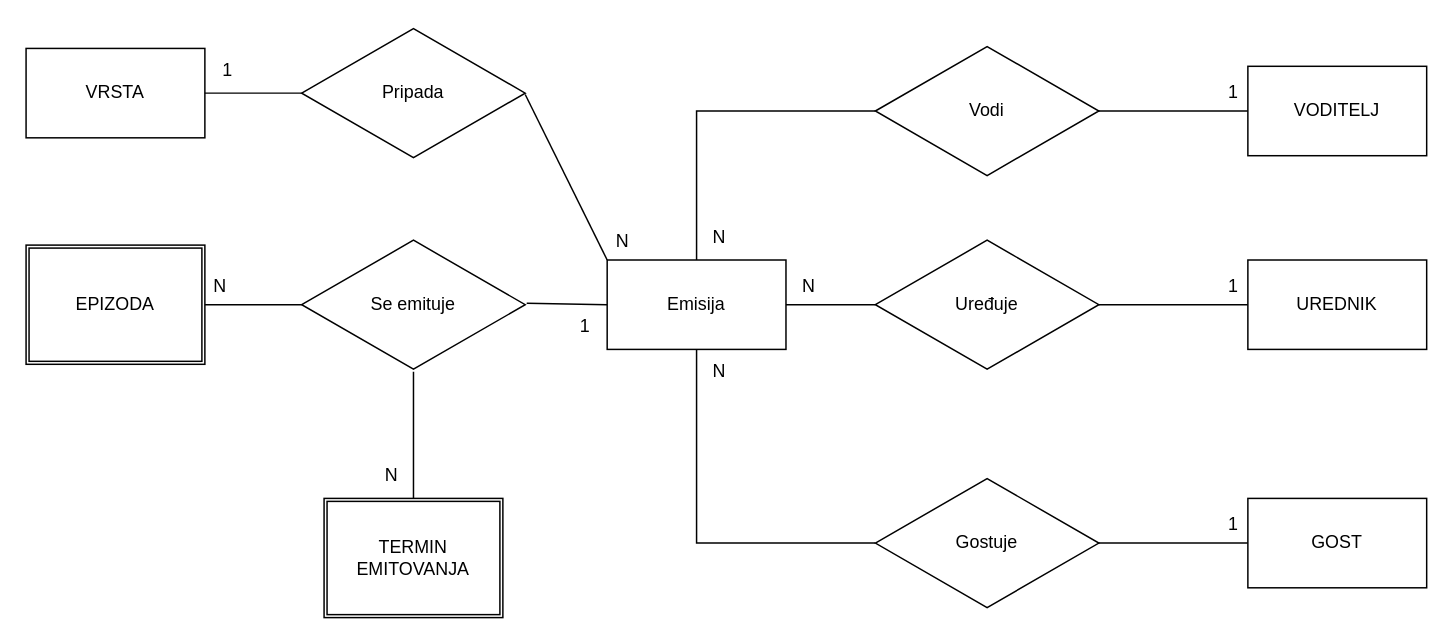
Before: page "Page-2" (2 of 2) of Untitled Diagram.drawio in emina-mahmutbegovic/process-information-systems, a draw.io diagram. Source tidied: cells renumbered, new cells numbered last; positions are measured from the earlier drawing's top-left corner, leaving out a move shared by most shapes. Both pictures are drawn from the tidied source at 149%, with x=0, y=0 at pixel (25, 25).
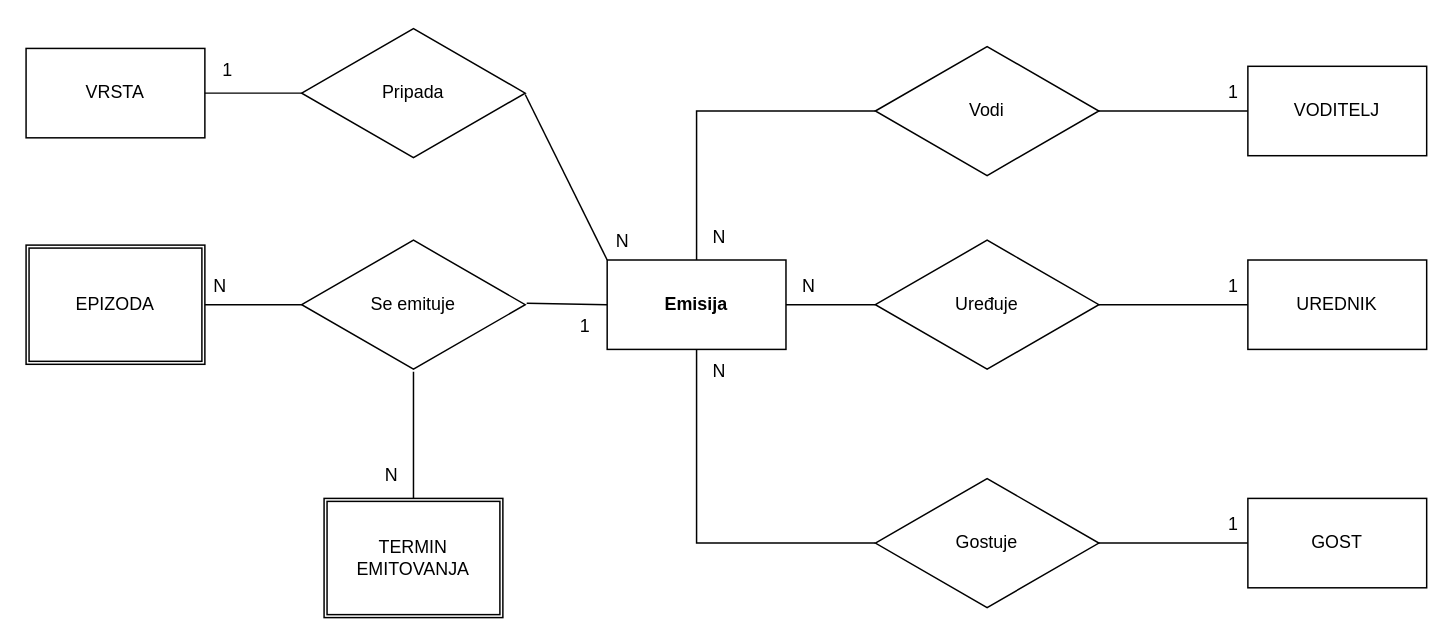
The same page after the edit.

Commit message:
boldiranje emisije

Diff of the diagram source:
```diff
@@
-    <mxCell id="7" value="Emisija" style="rounded=0;whiteSpace=wrap;html=1;" parent="1" vertex="1">
+    <mxCell id="7" value="&lt;b&gt;Emisija&lt;/b&gt;" style="rounded=0;whiteSpace=wrap;html=1;" parent="1" vertex="1">
       <mxGeometry x="390" y="157" width="120" height="60" as="geometry" />
     </mxCell>
```
